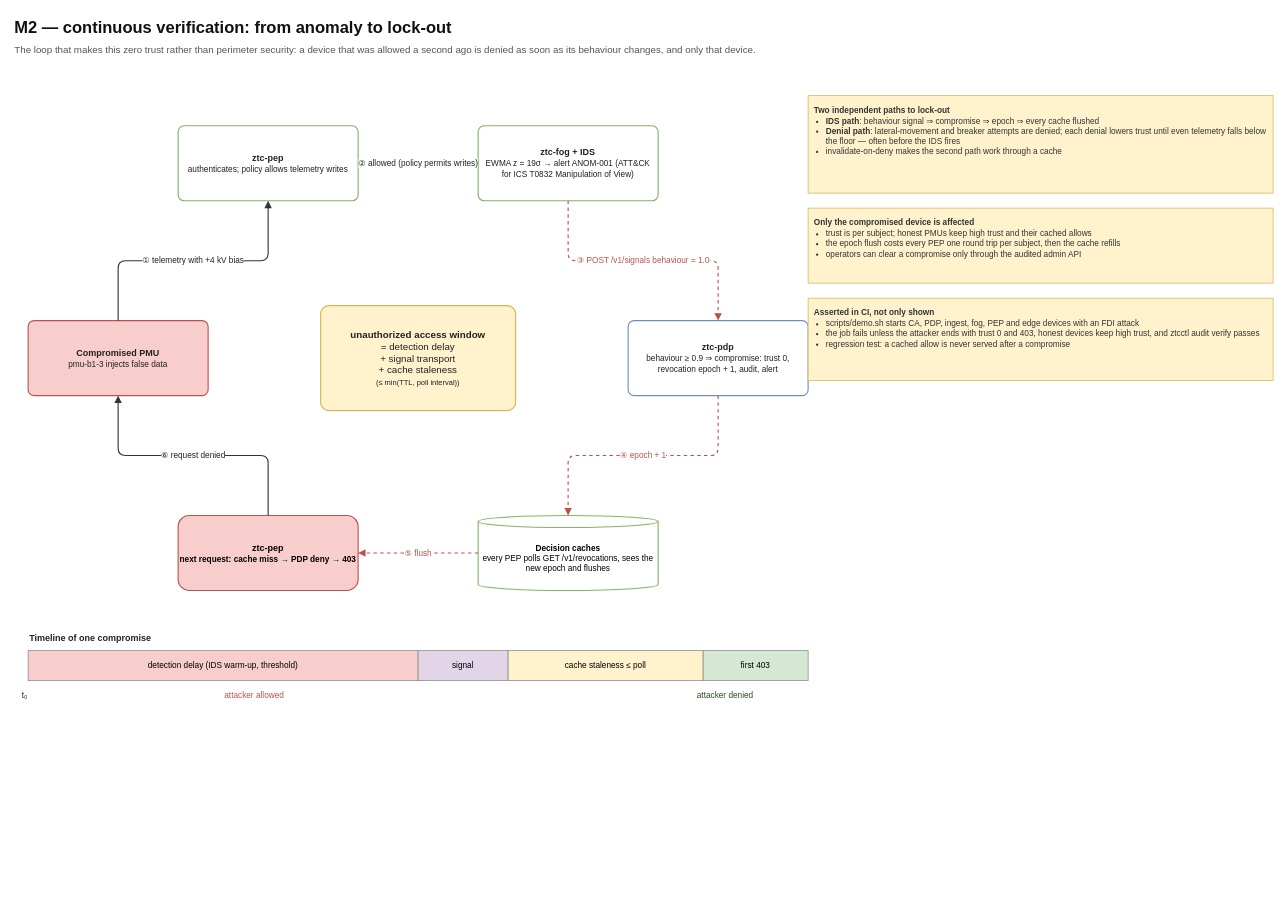
Above: page "Lock-out loop (RQ4)" (2 of 3) of Docs/diagrams/07-m2-fog-telemetry-ids.drawio in philipfleischer/zero-trust-continuum (draw.io), before the change. Source tidied: cells renumbered, new cells numbered last; positions are measured from the earlier drawing's top-left corner, leaving out a move shared by most shapes. Both pictures are drawn from the tidied source at 75%, with x=0, y=0 at pixel (13, 13).
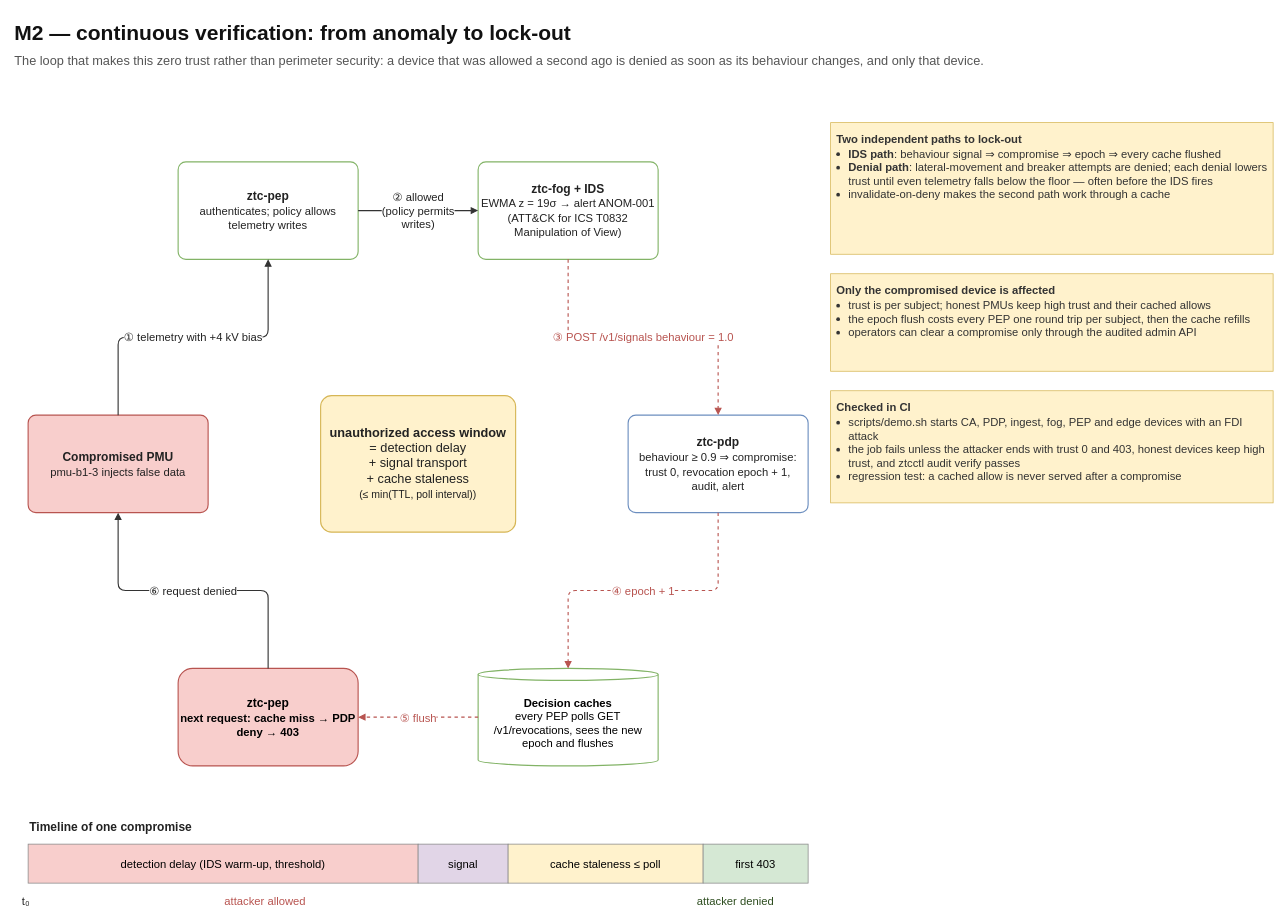
The same page after the edit.

Diff of the diagram source:
```diff
@@
-    <mxCell id="2" value="M2 — continuous verification: from anomaly to lock-out" style="whiteSpace=wrap;html=1;fontFamily=Helvetica;text;align=left;verticalAlign=top;fontSize=22;fontStyle=1;fontColor=#111111;" parent="1" vertex="1">
-      <mxGeometry width="1600" height="32" as="geometry" />
+    <mxCell id="2" value="M2 — continuous verification: from anomaly to lock-out" style="whiteSpace=wrap;html=1;fontFamily=Helvetica;text;align=left;verticalAlign=top;fontSize=28;fontStyle=1;fontColor=#111111;" parent="1" vertex="1">
+      <mxGeometry y="3" width="1600" height="41.6" as="geometry" />
     </mxCell>
-    <mxCell id="3" value="The loop that makes this zero trust rather than perimeter security: a device that was allowed a second ago is denied as soon as its behaviour changes, and only that device." style="whiteSpace=wrap;html=1;fontFamily=Helvetica;text;align=left;verticalAlign=top;fontSize=13;fontColor=#555555;" parent="1" vertex="1">
-      <mxGeometry y="34" width="1600" height="34" as="geometry" />
+    <mxCell id="3" value="The loop that makes this zero trust rather than perimeter security: a device that was allowed a second ago is denied as soon as its behaviour changes, and only that device." style="whiteSpace=wrap;html=1;fontFamily=Helvetica;text;align=left;verticalAlign=top;fontSize=17;fontColor=#555555;" parent="1" vertex="1">
+      <mxGeometry y="47.2" width="1600" height="44.2" as="geometry" />
     </mxCell>
-    <mxCell id="4" value="&lt;b&gt;Compromised PMU&lt;/b&gt;&lt;br&gt;&lt;span style=&quot;font-size:11px&quot;&gt;pmu-b1-3 injects false data&lt;/span&gt;" style="whiteSpace=wrap;html=1;fontFamily=Helvetica;rounded=1;arcSize=8;fillColor=#f8cecc;strokeColor=#b85450;strokeWidth=1.5;fontSize=12;fontColor=#222222;spacing=4;" parent="1" vertex="1">
-      <mxGeometry x="20" y="410" width="240" height="100" as="geometry" />
+    <mxCell id="4" value="&lt;b&gt;Compromised PMU&lt;/b&gt;&lt;br&gt;&lt;span style=&quot;font-size:15px&quot;&gt;pmu-b1-3 injects false data&lt;/span&gt;" style="whiteSpace=wrap;html=1;fontFamily=Helvetica;rounded=1;arcSize=8;fillColor=#f8cecc;strokeColor=#b85450;strokeWidth=1.5;fontSize=16;fontColor=#222222;spacing=4;" parent="1" vertex="1">
+      <mxGeometry x="20" y="536" width="240" height="130" as="geometry" />
     </mxCell>
-    <mxCell id="5" value="&lt;b&gt;ztc-pep&lt;/b&gt;&lt;br&gt;&lt;span style=&quot;font-size:11px&quot;&gt;authenticates; policy allows telemetry writes&lt;/span&gt;" style="whiteSpace=wrap;html=1;fontFamily=Helvetica;rounded=1;arcSize=8;fillColor=#ffffff;strokeColor=#82b366;strokeWidth=1.5;fontSize=12;fontColor=#222222;verticalAlign=middle;spacing=4;" parent="1" vertex="1">
-      <mxGeometry x="220" y="150.2" width="240" height="100" as="geometry" />
+    <mxCell id="5" value="&lt;b&gt;ztc-pep&lt;/b&gt;&lt;br&gt;&lt;span style=&quot;font-size:15px&quot;&gt;authenticates; policy allows telemetry writes&lt;/span&gt;" style="whiteSpace=wrap;html=1;fontFamily=Helvetica;rounded=1;arcSize=8;fillColor=#ffffff;strokeColor=#82b366;strokeWidth=1.5;fontSize=16;fontColor=#222222;verticalAlign=middle;spacing=4;" parent="1" vertex="1">
+      <mxGeometry x="220" y="198.3" width="240" height="130" as="geometry" />
     </mxCell>
-    <mxCell id="6" value="&lt;b&gt;ztc-fog + IDS&lt;/b&gt;&lt;br&gt;&lt;span style=&quot;font-size:11px&quot;&gt;EWMA z = 19σ → alert ANOM-001 (ATT&amp;amp;CK for ICS T0832 Manipulation of View)&lt;/span&gt;" style="whiteSpace=wrap;html=1;fontFamily=Helvetica;rounded=1;arcSize=8;fillColor=#ffffff;strokeColor=#82b366;strokeWidth=1.5;fontSize=12;fontColor=#222222;verticalAlign=middle;spacing=4;" parent="1" vertex="1">
-      <mxGeometry x="620" y="150.2" width="240" height="100" as="geometry" />
+    <mxCell id="6" value="&lt;b&gt;ztc-fog + IDS&lt;/b&gt;&lt;br&gt;&lt;span style=&quot;font-size:15px&quot;&gt;EWMA z = 19σ → alert ANOM-001 (ATT&amp;amp;CK for ICS T0832 Manipulation of View)&lt;/span&gt;" style="whiteSpace=wrap;html=1;fontFamily=Helvetica;rounded=1;arcSize=8;fillColor=#ffffff;strokeColor=#82b366;strokeWidth=1.5;fontSize=16;fontColor=#222222;verticalAlign=middle;spacing=4;" parent="1" vertex="1">
+      <mxGeometry x="620" y="198.3" width="240" height="130" as="geometry" />
     </mxCell>
-    <mxCell id="7" value="&lt;b&gt;ztc-pdp&lt;/b&gt;&lt;br&gt;&lt;span style=&quot;font-size:11px&quot;&gt;behaviour ≥ 0.9 ⇒ compromise: trust 0, revocation epoch + 1, audit, alert&lt;/span&gt;" style="whiteSpace=wrap;html=1;fontFamily=Helvetica;rounded=1;arcSize=8;fillColor=#ffffff;strokeColor=#6c8ebf;strokeWidth=1.5;fontSize=12;fontColor=#222222;verticalAlign=middle;spacing=4;" parent="1" vertex="1">
-      <mxGeometry x="820" y="410" width="240" height="100" as="geometry" />
+    <mxCell id="7" value="&lt;b&gt;ztc-pdp&lt;/b&gt;&lt;br&gt;&lt;span style=&quot;font-size:15px&quot;&gt;behaviour ≥ 0.9 ⇒ compromise: trust 0, revocation epoch + 1, audit, alert&lt;/span&gt;" style="whiteSpace=wrap;html=1;fontFamily=Helvetica;rounded=1;arcSize=8;fillColor=#ffffff;strokeColor=#6c8ebf;strokeWidth=1.5;fontSize=16;fontColor=#222222;verticalAlign=middle;spacing=4;" parent="1" vertex="1">
+      <mxGeometry x="820" y="536" width="240" height="130" as="geometry" />
     </mxCell>
-    <mxCell id="8" value="&lt;b&gt;Decision caches&lt;/b&gt;&lt;br&gt;&lt;span style=&quot;font-size:11px&quot;&gt;every PEP polls GET /v1/revocations, sees the new epoch and flushes&lt;/span&gt;" style="whiteSpace=wrap;html=1;fontFamily=Helvetica;shape=cylinder3;boundedLbl=1;backgroundOutline=1;size=8;fillColor=#ffffff;strokeColor=#82b366;strokeWidth=1.5;fontSize=11;" parent="1" vertex="1">
-      <mxGeometry x="620" y="669.8" width="240" height="100" as="geometry" />
+    <mxCell id="8" value="&lt;b&gt;Decision caches&lt;/b&gt;&lt;br&gt;&lt;span style=&quot;font-size:15px&quot;&gt;every PEP polls GET /v1/revocations, sees the new epoch and flushes&lt;/span&gt;" style="whiteSpace=wrap;html=1;fontFamily=Helvetica;shape=cylinder3;boundedLbl=1;backgroundOutline=1;size=8;fillColor=#ffffff;strokeColor=#82b366;strokeWidth=1.5;fontSize=15;" parent="1" vertex="1">
+      <mxGeometry x="620" y="873.7" width="240" height="130" as="geometry" />
     </mxCell>
-    <mxCell id="9" value="&lt;b&gt;ztc-pep&lt;/b&gt;&lt;br&gt;&lt;span style=&quot;font-size:11px&quot;&gt;next request: cache miss → PDP deny → 403&lt;/span&gt;" style="whiteSpace=wrap;html=1;fontFamily=Helvetica;rounded=1;fillColor=#f8cecc;strokeColor=#b85450;strokeWidth=1.5;fontSize=12;fontStyle=1;" parent="1" vertex="1">
-      <mxGeometry x="220" y="669.8" width="240" height="100" as="geometry" />
+    <mxCell id="9" value="&lt;b&gt;ztc-pep&lt;/b&gt;&lt;br&gt;&lt;span style=&quot;font-size:15px&quot;&gt;next request: cache miss → PDP deny → 403&lt;/span&gt;" style="whiteSpace=wrap;html=1;fontFamily=Helvetica;rounded=1;fillColor=#f8cecc;strokeColor=#b85450;strokeWidth=1.5;fontSize=16;fontStyle=1;" parent="1" vertex="1">
+      <mxGeometry x="220" y="873.7" width="240" height="130" as="geometry" />
     </mxCell>
-    <mxCell id="10" value="① telemetry with +4 kV bias" style="edgeStyle=orthogonalEdgeStyle;rounded=1;jettySize=auto;html=1;endArrow=block;endFill=1;strokeWidth=1.5;fontSize=11;labelBackgroundColor=#ffffff;fontFamily=Helvetica;strokeColor=#333333;fontColor=#222222;" parent="1" edge="1" source="4" target="5">
+    <mxCell id="10" value="① telemetry with +4 kV bias" style="edgeStyle=orthogonalEdgeStyle;rounded=1;jettySize=auto;html=1;endArrow=block;endFill=1;strokeWidth=1.5;fontSize=15;labelBackgroundColor=#ffffff;fontFamily=Helvetica;strokeColor=#333333;fontColor=#222222;" parent="1" edge="1" source="4" target="5">
       <mxGeometry relative="1" as="geometry" />
     </mxCell>
-    <mxCell id="11" value="② allowed (policy permits writes)" style="edgeStyle=orthogonalEdgeStyle;rounded=1;jettySize=auto;html=1;endArrow=block;endFill=1;strokeWidth=1.5;fontSize=11;labelBackgroundColor=#ffffff;fontFamily=Helvetica;strokeColor=#333333;fontColor=#222222;" parent="1" edge="1" source="5" target="6">
+    <mxCell id="11" value="② allowed&lt;br&gt;(policy permits&lt;br&gt;writes)" style="edgeStyle=orthogonalEdgeStyle;rounded=1;jettySize=auto;html=1;endArrow=block;endFill=1;strokeWidth=1.5;fontSize=15;labelBackgroundColor=#ffffff;fontFamily=Helvetica;strokeColor=#333333;fontColor=#222222;" parent="1" edge="1" source="5" target="6">
       <mxGeometry relative="1" as="geometry" />
     </mxCell>
-    <mxCell id="12" value="③ POST /v1/signals behaviour = 1.0" style="edgeStyle=orthogonalEdgeStyle;rounded=1;jettySize=auto;html=1;endArrow=block;endFill=1;strokeWidth=1.5;fontSize=11;labelBackgroundColor=#ffffff;fontFamily=Helvetica;strokeColor=#b85450;fontColor=#b85450;dashed=1;" parent="1" edge="1" source="6" target="7">
+    <mxCell id="12" value="③ POST /v1/signals behaviour = 1.0" style="edgeStyle=orthogonalEdgeStyle;rounded=1;jettySize=auto;html=1;endArrow=block;endFill=1;strokeWidth=1.5;fontSize=15;labelBackgroundColor=#ffffff;fontFamily=Helvetica;strokeColor=#b85450;fontColor=#b85450;dashed=1;" parent="1" edge="1" source="6" target="7">
       <mxGeometry relative="1" as="geometry" />
     </mxCell>
-    <mxCell id="13" value="④ epoch + 1" style="edgeStyle=orthogonalEdgeStyle;rounded=1;jettySize=auto;html=1;endArrow=block;endFill=1;strokeWidth=1.5;fontSize=11;labelBackgroundColor=#ffffff;fontFamily=Helvetica;strokeColor=#b85450;fontColor=#b85450;dashed=1;" parent="1" edge="1" source="7" target="8">
+    <mxCell id="13" value="④ epoch + 1" style="edgeStyle=orthogonalEdgeStyle;rounded=1;jettySize=auto;html=1;endArrow=block;endFill=1;strokeWidth=1.5;fontSize=15;labelBackgroundColor=#ffffff;fontFamily=Helvetica;strokeColor=#b85450;fontColor=#b85450;dashed=1;" parent="1" edge="1" source="7" target="8">
       <mxGeometry relative="1" as="geometry" />
     </mxCell>
-    <mxCell id="14" value="⑤ flush" style="edgeStyle=orthogonalEdgeStyle;rounded=1;jettySize=auto;html=1;endArrow=block;endFill=1;strokeWidth=1.5;fontSize=11;labelBackgroundColor=#ffffff;fontFamily=Helvetica;strokeColor=#b85450;fontColor=#b85450;dashed=1;" parent="1" edge="1" source="8" target="9">
+    <mxCell id="14" value="⑤ flush" style="edgeStyle=orthogonalEdgeStyle;rounded=1;jettySize=auto;html=1;endArrow=block;endFill=1;strokeWidth=1.5;fontSize=15;labelBackgroundColor=#ffffff;fontFamily=Helvetica;strokeColor=#b85450;fontColor=#b85450;dashed=1;" parent="1" edge="1" source="8" target="9">
       <mxGeometry relative="1" as="geometry" />
     </mxCell>
-    <mxCell id="15" value="⑥ request denied" style="edgeStyle=orthogonalEdgeStyle;rounded=1;jettySize=auto;html=1;endArrow=block;endFill=1;strokeWidth=1.5;fontSize=11;labelBackgroundColor=#ffffff;fontFamily=Helvetica;strokeColor=#333333;fontColor=#222222;" parent="1" edge="1" source="9" target="4">
+    <mxCell id="15" value="⑥ request denied" style="edgeStyle=orthogonalEdgeStyle;rounded=1;jettySize=auto;html=1;endArrow=block;endFill=1;strokeWidth=1.5;fontSize=15;labelBackgroundColor=#ffffff;fontFamily=Helvetica;strokeColor=#333333;fontColor=#222222;" parent="1" edge="1" source="9" target="4">
       <mxGeometry relative="1" as="geometry" />
     </mxCell>
-    <mxCell id="16" value="&lt;b&gt;unauthorized access window&lt;/b&gt;&lt;br&gt;= detection delay&lt;br&gt;+ signal transport&lt;br&gt;+ cache staleness&lt;br&gt;&lt;span style=&quot;font-size:10px&quot;&gt;(≤ min(TTL, poll interval))&lt;/span&gt;" style="whiteSpace=wrap;html=1;fontFamily=Helvetica;rounded=1;arcSize=8;fillColor=#fff2cc;strokeColor=#d6b656;strokeWidth=1.5;fontSize=12;fontColor=#222222;spacing=4;fontSize=13;" parent="1" vertex="1">
-      <mxGeometry x="410" y="390" width="260" height="140" as="geometry" />
+    <mxCell id="16" value="&lt;b&gt;unauthorized access window&lt;/b&gt;&lt;br&gt;= detection delay&lt;br&gt;+ signal transport&lt;br&gt;+ cache staleness&lt;br&gt;&lt;span style=&quot;font-size:14px&quot;&gt;(≤ min(TTL, poll interval))&lt;/span&gt;" style="whiteSpace=wrap;html=1;fontFamily=Helvetica;rounded=1;arcSize=8;fillColor=#fff2cc;strokeColor=#d6b656;strokeWidth=1.5;fontSize=16;fontColor=#222222;spacing=4;fontSize=17;" parent="1" vertex="1">
+      <mxGeometry x="410" y="510" width="260" height="182" as="geometry" />
     </mxCell>
-    <mxCell id="17" value="&lt;b&gt;Two independent paths to lock-out&lt;/b&gt;&lt;ul style=&quot;margin:2px 0 0 0;padding-left:16px;font-size:11px&quot;&gt;&lt;li&gt;&lt;b&gt;IDS path&lt;/b&gt;: behaviour signal ⇒ compromise ⇒ epoch ⇒ every cache flushed&lt;/li&gt;&lt;li&gt;&lt;b&gt;Denial path&lt;/b&gt;: lateral-movement and breaker attempts are denied; each denial lowers trust until even telemetry falls below the floor — often before the IDS fires&lt;/li&gt;&lt;li&gt;invalidate-on-deny makes the second path work through a cache&lt;/li&gt;&lt;/ul&gt;" style="whiteSpace=wrap;html=1;fontFamily=Helvetica;rounded=0;fillColor=#fff2cc;strokeColor=#d6b656;align=left;verticalAlign=top;spacing=8;fontSize=11;fontColor=#333333;" parent="1" vertex="1">
-      <mxGeometry x="1060" y="110" width="620" height="130" as="geometry" />
+    <mxCell id="17" value="&lt;b&gt;Two independent paths to lock-out&lt;/b&gt;&lt;ul style=&quot;margin:2px 0 0 0;padding-left:16px;font-size:15px&quot;&gt;&lt;li&gt;&lt;b&gt;IDS path&lt;/b&gt;: behaviour signal ⇒ compromise ⇒ epoch ⇒ every cache flushed&lt;/li&gt;&lt;li&gt;&lt;b&gt;Denial path&lt;/b&gt;: lateral-movement and breaker attempts are denied; each denial lowers trust until even telemetry falls below the floor — often before the IDS fires&lt;/li&gt;&lt;li&gt;invalidate-on-deny makes the second path work through a cache&lt;/li&gt;&lt;/ul&gt;" style="whiteSpace=wrap;html=1;fontFamily=Helvetica;rounded=0;fillColor=#fff2cc;strokeColor=#d6b656;align=left;verticalAlign=top;spacing=8;fontSize=15;fontColor=#333333;" parent="1" vertex="1">
+      <mxGeometry x="1090" y="146" width="590" height="175.5" as="geometry" />
     </mxCell>
-    <mxCell id="18" value="&lt;b&gt;Only the compromised device is affected&lt;/b&gt;&lt;ul style=&quot;margin:2px 0 0 0;padding-left:16px;font-size:11px&quot;&gt;&lt;li&gt;trust is per subject; honest PMUs keep high trust and their cached allows&lt;/li&gt;&lt;li&gt;the epoch flush costs every PEP one round trip per subject, then the cache refills&lt;/li&gt;&lt;li&gt;operators can clear a compromise only through the audited admin API&lt;/li&gt;&lt;/ul&gt;" style="whiteSpace=wrap;html=1;fontFamily=Helvetica;rounded=0;fillColor=#fff2cc;strokeColor=#d6b656;align=left;verticalAlign=top;spacing=8;fontSize=11;fontColor=#333333;" parent="1" vertex="1">
-      <mxGeometry x="1060" y="260" width="620" height="100" as="geometry" />
+    <mxCell id="18" value="&lt;b&gt;Only the compromised device is affected&lt;/b&gt;&lt;ul style=&quot;margin:2px 0 0 0;padding-left:16px;font-size:15px&quot;&gt;&lt;li&gt;trust is per subject; honest PMUs keep high trust and their cached allows&lt;/li&gt;&lt;li&gt;the epoch flush costs every PEP one round trip per subject, then the cache refills&lt;/li&gt;&lt;li&gt;operators can clear a compromise only through the audited admin API&lt;/li&gt;&lt;/ul&gt;" style="whiteSpace=wrap;html=1;fontFamily=Helvetica;rounded=0;fillColor=#fff2cc;strokeColor=#d6b656;align=left;verticalAlign=top;spacing=8;fontSize=15;fontColor=#333333;" parent="1" vertex="1">
+      <mxGeometry x="1090" y="347.5" width="590" height="130" as="geometry" />
     </mxCell>
-    <mxCell id="19" value="&lt;b&gt;Asserted in CI, not only shown&lt;/b&gt;&lt;ul style=&quot;margin:2px 0 0 0;padding-left:16px;font-size:11px&quot;&gt;&lt;li&gt;scripts/demo.sh starts CA, PDP, ingest, fog, PEP and edge devices with an FDI attack&lt;/li&gt;&lt;li&gt;the job fails unless the attacker ends with trust 0 and 403, honest devices keep high trust, and ztcctl audit verify passes&lt;/li&gt;&lt;li&gt;regression test: a cached allow is never served after a compromise&lt;/li&gt;&lt;/ul&gt;" style="whiteSpace=wrap;html=1;fontFamily=Helvetica;rounded=0;fillColor=#fff2cc;strokeColor=#d6b656;align=left;verticalAlign=top;spacing=8;fontSize=11;fontColor=#333333;" parent="1" vertex="1">
-      <mxGeometry x="1060" y="380" width="620" height="110" as="geometry" />
+    <mxCell id="19" value="&lt;b&gt;Checked in CI&lt;/b&gt;&lt;ul style=&quot;margin:2px 0 0 0;padding-left:16px;font-size:15px&quot;&gt;&lt;li&gt;scripts/demo.sh starts CA, PDP, ingest, fog, PEP and edge devices with an FDI attack&lt;/li&gt;&lt;li&gt;the job fails unless the attacker ends with trust 0 and 403, honest devices keep high trust, and ztcctl audit verify passes&lt;/li&gt;&lt;li&gt;regression test: a cached allow is never served after a compromise&lt;/li&gt;&lt;/ul&gt;" style="whiteSpace=wrap;html=1;fontFamily=Helvetica;rounded=0;fillColor=#fff2cc;strokeColor=#d6b656;align=left;verticalAlign=top;spacing=8;fontSize=15;fontColor=#333333;" parent="1" vertex="1">
+      <mxGeometry x="1090" y="503.5" width="590" height="149.5" as="geometry" />
     </mxCell>
-    <mxCell id="20" value="&lt;b&gt;Timeline of one compromise&lt;/b&gt;" style="whiteSpace=wrap;html=1;fontFamily=Helvetica;text;align=left;verticalAlign=top;fontSize=12;fontColor=#222222;" parent="1" vertex="1">
-      <mxGeometry x="20" y="820" width="400" height="22" as="geometry" />
+    <mxCell id="20" value="&lt;b&gt;Timeline of one compromise&lt;/b&gt;" style="whiteSpace=wrap;html=1;fontFamily=Helvetica;text;align=left;verticalAlign=top;fontSize=16;fontColor=#222222;" parent="1" vertex="1">
+      <mxGeometry x="20" y="1069" width="400" height="28.6" as="geometry" />
     </mxCell>
-    <mxCell id="21" value="&lt;span style=&quot;font-size:11px&quot;&gt;detection delay (IDS warm-up, threshold)&lt;/span&gt;" style="whiteSpace=wrap;html=1;fontFamily=Helvetica;rounded=0;fillColor=#dae8fc;strokeColor=#6c8ebf;fontSize=10;fillColor=#f8cecc;strokeColor=#888888;" parent="1" vertex="1">
-      <mxGeometry x="20" y="850" width="520" height="40" as="geometry" />
+    <mxCell id="21" value="&lt;span style=&quot;font-size:15px&quot;&gt;detection delay (IDS warm-up, threshold)&lt;/span&gt;" style="whiteSpace=wrap;html=1;fontFamily=Helvetica;rounded=0;fillColor=#dae8fc;strokeColor=#6c8ebf;fontSize=14;fillColor=#f8cecc;strokeColor=#888888;" parent="1" vertex="1">
+      <mxGeometry x="20" y="1108" width="520" height="52" as="geometry" />
     </mxCell>
-    <mxCell id="22" value="&lt;span style=&quot;font-size:11px&quot;&gt;signal&lt;/span&gt;" style="whiteSpace=wrap;html=1;fontFamily=Helvetica;rounded=0;fillColor=#dae8fc;strokeColor=#6c8ebf;fontSize=10;fillColor=#e1d5e7;strokeColor=#888888;" parent="1" vertex="1">
-      <mxGeometry x="540" y="850" width="120" height="40" as="geometry" />
+    <mxCell id="22" value="&lt;span style=&quot;font-size:15px&quot;&gt;signal&lt;/span&gt;" style="whiteSpace=wrap;html=1;fontFamily=Helvetica;rounded=0;fillColor=#dae8fc;strokeColor=#6c8ebf;fontSize=14;fillColor=#e1d5e7;strokeColor=#888888;" parent="1" vertex="1">
+      <mxGeometry x="540" y="1108" width="120" height="52" as="geometry" />
     </mxCell>
-    <mxCell id="23" value="&lt;span style=&quot;font-size:11px&quot;&gt;cache staleness ≤ poll&lt;/span&gt;" style="whiteSpace=wrap;html=1;fontFamily=Helvetica;rounded=0;fillColor=#dae8fc;strokeColor=#6c8ebf;fontSize=10;fillColor=#fff2cc;strokeColor=#888888;" parent="1" vertex="1">
-      <mxGeometry x="660" y="850" width="260" height="40" as="geometry" />
+    <mxCell id="23" value="&lt;span style=&quot;font-size:15px&quot;&gt;cache staleness ≤ poll&lt;/span&gt;" style="whiteSpace=wrap;html=1;fontFamily=Helvetica;rounded=0;fillColor=#dae8fc;strokeColor=#6c8ebf;fontSize=14;fillColor=#fff2cc;strokeColor=#888888;" parent="1" vertex="1">
+      <mxGeometry x="660" y="1108" width="260" height="52" as="geometry" />
     </mxCell>
-    <mxCell id="24" value="&lt;span style=&quot;font-size:11px&quot;&gt;first 403&lt;/span&gt;" style="whiteSpace=wrap;html=1;fontFamily=Helvetica;rounded=0;fillColor=#dae8fc;strokeColor=#6c8ebf;fontSize=10;fillColor=#d5e8d4;strokeColor=#888888;" parent="1" vertex="1">
-      <mxGeometry x="920" y="850" width="140" height="40" as="geometry" />
+    <mxCell id="24" value="&lt;span style=&quot;font-size:15px&quot;&gt;first 403&lt;/span&gt;" style="whiteSpace=wrap;html=1;fontFamily=Helvetica;rounded=0;fillColor=#dae8fc;strokeColor=#6c8ebf;fontSize=14;fillColor=#d5e8d4;strokeColor=#888888;" parent="1" vertex="1">
+      <mxGeometry x="920" y="1108" width="140" height="52" as="geometry" />
     </mxCell>
-    <mxCell id="25" value="&lt;span style=&quot;font-size:11px&quot;&gt;t₀&lt;/span&gt;" style="whiteSpace=wrap;html=1;fontFamily=Helvetica;text;align=left;verticalAlign=top;fontSize=12;fontColor=#222222;" parent="1" vertex="1">
-      <mxGeometry x="10" y="895" width="40" height="20" as="geometry" />
+    <mxCell id="25" value="&lt;span style=&quot;font-size:15px&quot;&gt;t₀&lt;/span&gt;" style="whiteSpace=wrap;html=1;fontFamily=Helvetica;text;align=left;verticalAlign=top;fontSize=16;fontColor=#222222;" parent="1" vertex="1">
+      <mxGeometry x="10" y="1166.5" width="40" height="26" as="geometry" />
     </mxCell>
-    <mxCell id="26" value="&lt;span style=&quot;font-size:11px&quot;&gt;attacker allowed&lt;/span&gt;" style="whiteSpace=wrap;html=1;fontFamily=Helvetica;text;align=left;verticalAlign=top;fontSize=12;fontColor=#222222;fontColor=#b85450;" parent="1" vertex="1">
-      <mxGeometry x="280" y="895" width="300" height="20" as="geometry" />
+    <mxCell id="26" value="&lt;span style=&quot;font-size:15px&quot;&gt;attacker allowed&lt;/span&gt;" style="whiteSpace=wrap;html=1;fontFamily=Helvetica;text;align=left;verticalAlign=top;fontSize=16;fontColor=#222222;fontColor=#b85450;" parent="1" vertex="1">
+      <mxGeometry x="280" y="1166.5" width="300" height="26" as="geometry" />
     </mxCell>
-    <mxCell id="27" value="&lt;span style=&quot;font-size:11px&quot;&gt;attacker denied&lt;/span&gt;" style="whiteSpace=wrap;html=1;fontFamily=Helvetica;text;align=left;verticalAlign=top;fontSize=12;fontColor=#222222;fontColor=#2d4d1f;" parent="1" vertex="1">
-      <mxGeometry x="910" y="895" width="200" height="20" as="geometry" />
+    <mxCell id="27" value="&lt;span style=&quot;font-size:15px&quot;&gt;attacker denied&lt;/span&gt;" style="whiteSpace=wrap;html=1;fontFamily=Helvetica;text;align=left;verticalAlign=top;fontSize=16;fontColor=#222222;fontColor=#2d4d1f;" parent="1" vertex="1">
+      <mxGeometry x="910" y="1166.5" width="200" height="26" as="geometry" />
     </mxCell>
```
